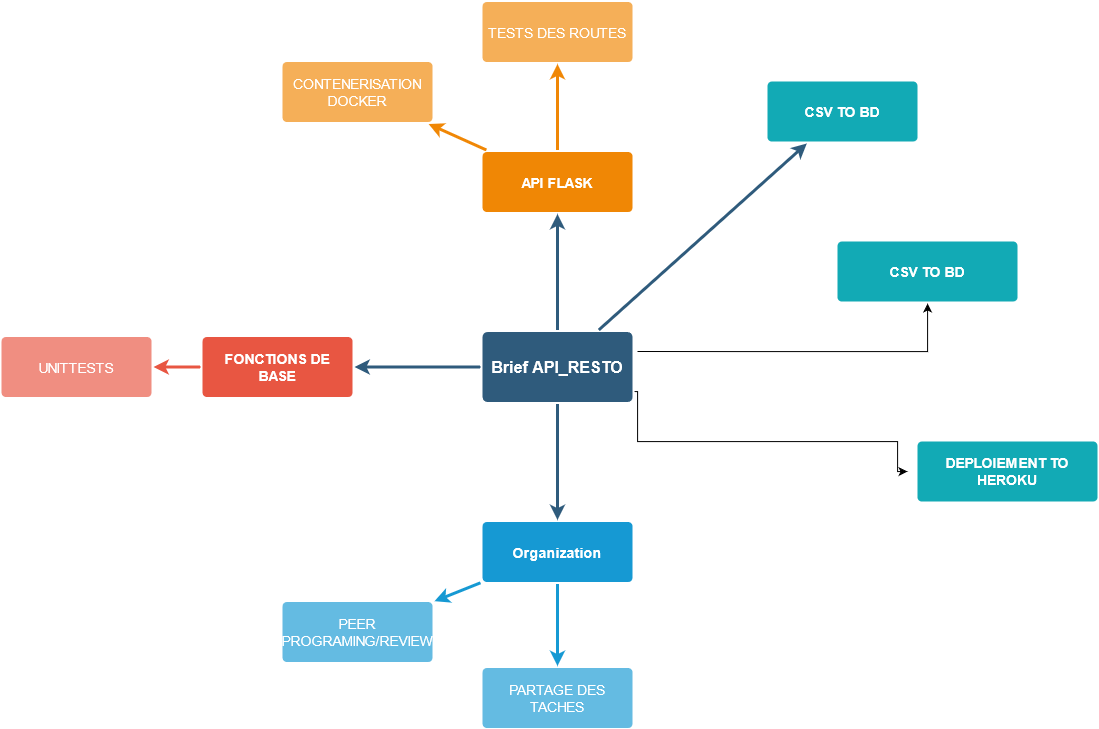
DialloMamadouDjan/api_resto keeps this draw.io diagram as Untitled Diagram.png. Above is the earlier version. Source tidied: cells renumbered, new cells last; positions are measured from the earlier drawing's top-left corner, leaving out a move shared by most shapes.
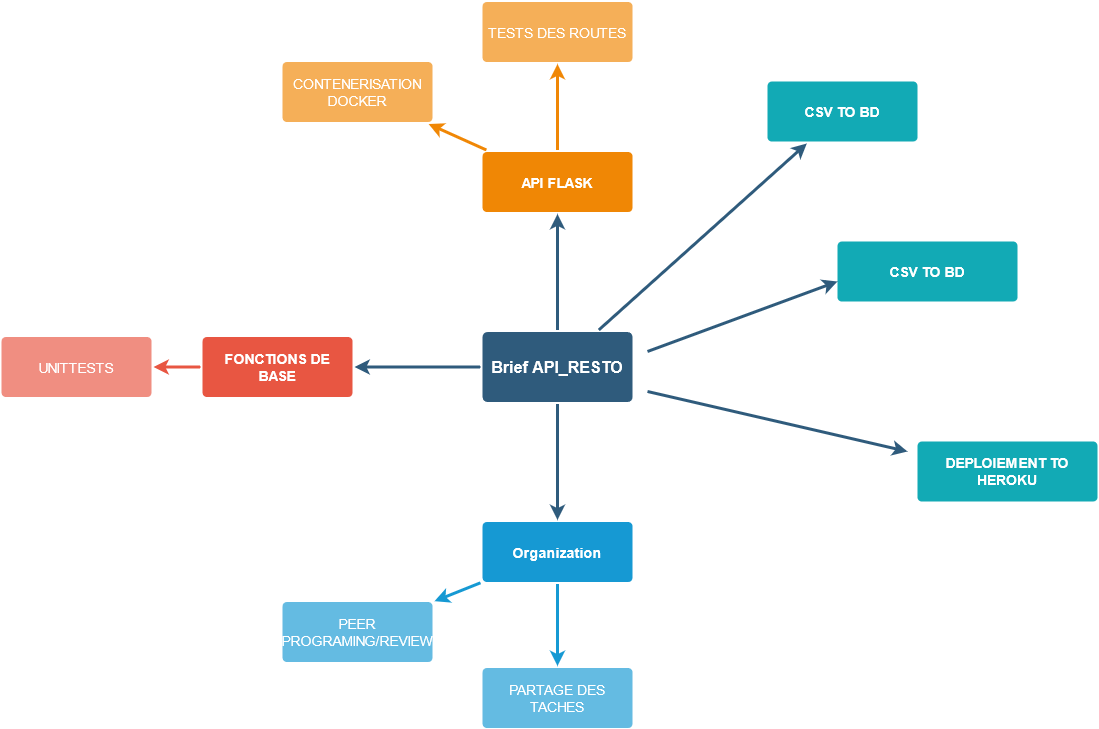
Later version of the same file.

Diff of the diagram source:
```diff
@@ -14,17 +14,6 @@
     <mxCell id="5" style="edgeStyle=none;rounded=0;jumpStyle=none;html=1;shadow=0;labelBackgroundColor=none;startArrow=none;startFill=0;endArrow=classic;endFill=1;jettySize=auto;strokeColor=#2F5B7C;strokeWidth=3;fontFamily=Helvetica;fontSize=16;fontColor=#23445D;spacing=5;" parent="1" edge="1" source="7" target="9">
       <mxGeometry relative="1" as="geometry" />
     </mxCell>
-    <mxCell id="6" style="edgeStyle=orthogonalEdgeStyle;rounded=0;jettySize=auto;html=1;" parent="1" edge="1" source="7">
-      <mxGeometry relative="1" as="geometry">
-        <mxPoint x="906" y="470" as="targetPoint" />
-        <Array as="points">
-          <mxPoint x="636" y="390" />
-          <mxPoint x="636" y="440" />
-          <mxPoint x="896" y="440" />
-          <mxPoint x="896" y="470" />
-        </Array>
-      </mxGeometry>
-    </mxCell>
     <mxCell id="7" value="Brief API_RESTO" style="rounded=1;whiteSpace=wrap;html=1;shadow=0;labelBackgroundColor=none;strokeColor=none;strokeWidth=3;fillColor=#2F5B7C;fontFamily=Helvetica;fontSize=16;fontColor=#FFFFFF;align=center;fontStyle=1;spacing=5;arcSize=7;perimeterSpacing=2;" parent="1" vertex="1">
       <mxGeometry x="481" y="330.5" width="150" height="70" as="geometry" />
     </mxCell>
@@ -70,21 +59,23 @@
     <mxCell id="21" value="CSV TO BD" style="rounded=1;whiteSpace=wrap;html=1;shadow=0;labelBackgroundColor=none;strokeColor=none;strokeWidth=3;fillColor=#12aab5;fontFamily=Helvetica;fontSize=14;fontColor=#FFFFFF;align=center;spacing=5;fontStyle=1;arcSize=7;perimeterSpacing=2;" parent="1" vertex="1">
       <mxGeometry x="766" y="80" width="150" height="60" as="geometry" />
     </mxCell>
-    <mxCell id="22" style="edgeStyle=orthogonalEdgeStyle;rounded=0;jettySize=auto;html=1;" parent="1" edge="1" target="23">
-      <mxGeometry relative="1" as="geometry">
-        <mxPoint x="636" y="350" as="sourcePoint" />
-        <Array as="points">
-          <mxPoint x="736" y="350" />
-          <mxPoint x="736" y="350" />
-          <mxPoint x="926" y="350" />
-        </Array>
-      </mxGeometry>
-    </mxCell>
     <mxCell id="23" value="CSV TO BD" style="rounded=1;whiteSpace=wrap;html=1;shadow=0;labelBackgroundColor=none;strokeColor=none;strokeWidth=3;fillColor=#12aab5;fontFamily=Helvetica;fontSize=14;fontColor=#FFFFFF;align=center;spacing=5;fontStyle=1;arcSize=7;perimeterSpacing=2;" parent="1" vertex="1">
       <mxGeometry x="836" y="240" width="180" height="60" as="geometry" />
     </mxCell>
     <mxCell id="24" value="DEPLOIEMENT TO HEROKU" style="rounded=1;whiteSpace=wrap;html=1;shadow=0;labelBackgroundColor=none;strokeColor=none;strokeWidth=3;fillColor=#12aab5;fontFamily=Helvetica;fontSize=14;fontColor=#FFFFFF;align=center;spacing=5;fontStyle=1;arcSize=7;perimeterSpacing=2;" parent="1" vertex="1">
       <mxGeometry x="916" y="440" width="180" height="60" as="geometry" />
     </mxCell>
+    <mxCell id="25" style="edgeStyle=none;rounded=0;jumpStyle=none;html=1;shadow=0;labelBackgroundColor=none;startArrow=none;startFill=0;endArrow=classic;endFill=1;jettySize=auto;orthogonalLoop=1;strokeColor=#2F5B7C;strokeWidth=3;fontFamily=Helvetica;fontSize=16;fontColor=#23445D;spacing=5;" parent="1" edge="1">
+      <mxGeometry relative="1" as="geometry">
+        <mxPoint x="646" y="350" as="sourcePoint" />
+        <mxPoint x="836" y="280" as="targetPoint" />
+      </mxGeometry>
+    </mxCell>
+    <mxCell id="26" style="edgeStyle=none;rounded=0;jumpStyle=none;html=1;shadow=0;labelBackgroundColor=none;startArrow=none;startFill=0;endArrow=classic;endFill=1;jettySize=auto;orthogonalLoop=1;strokeColor=#2F5B7C;strokeWidth=3;fontFamily=Helvetica;fontSize=16;fontColor=#23445D;spacing=5;" parent="1" edge="1">
+      <mxGeometry relative="1" as="geometry">
+        <mxPoint x="646" y="390" as="sourcePoint" />
+        <mxPoint x="906" y="450" as="targetPoint" />
+      </mxGeometry>
+    </mxCell>
   </root>
 </mxGraphModel>
```
